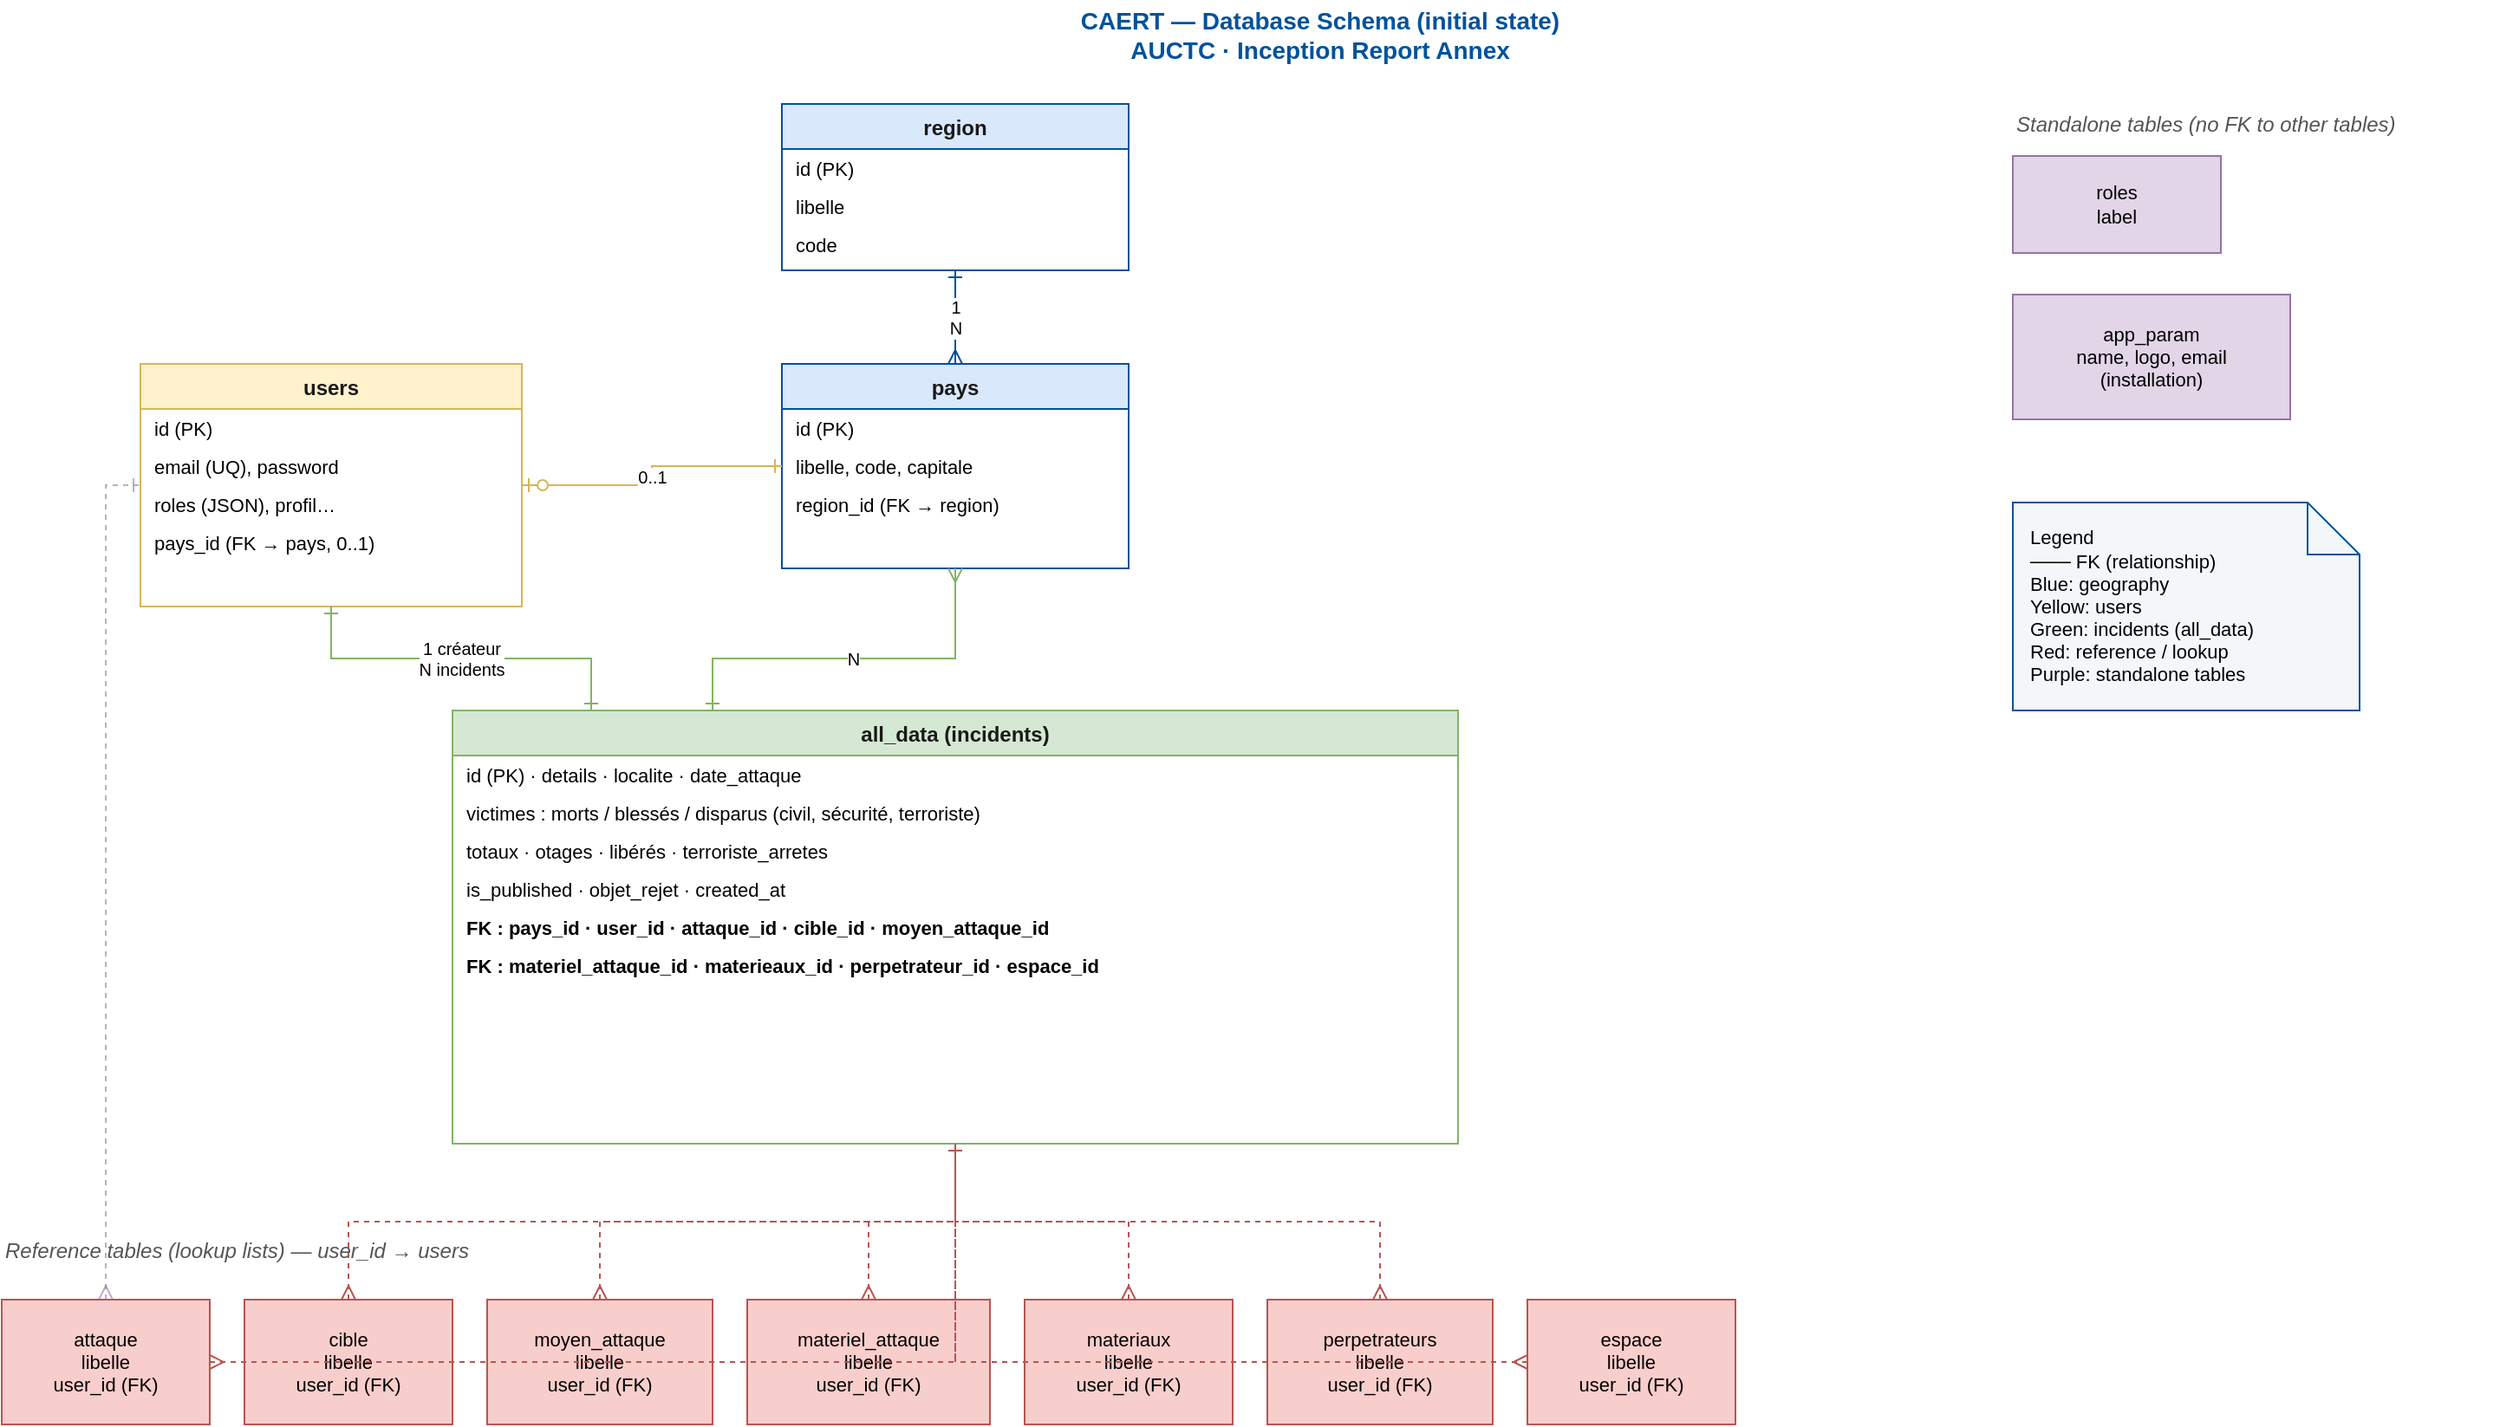
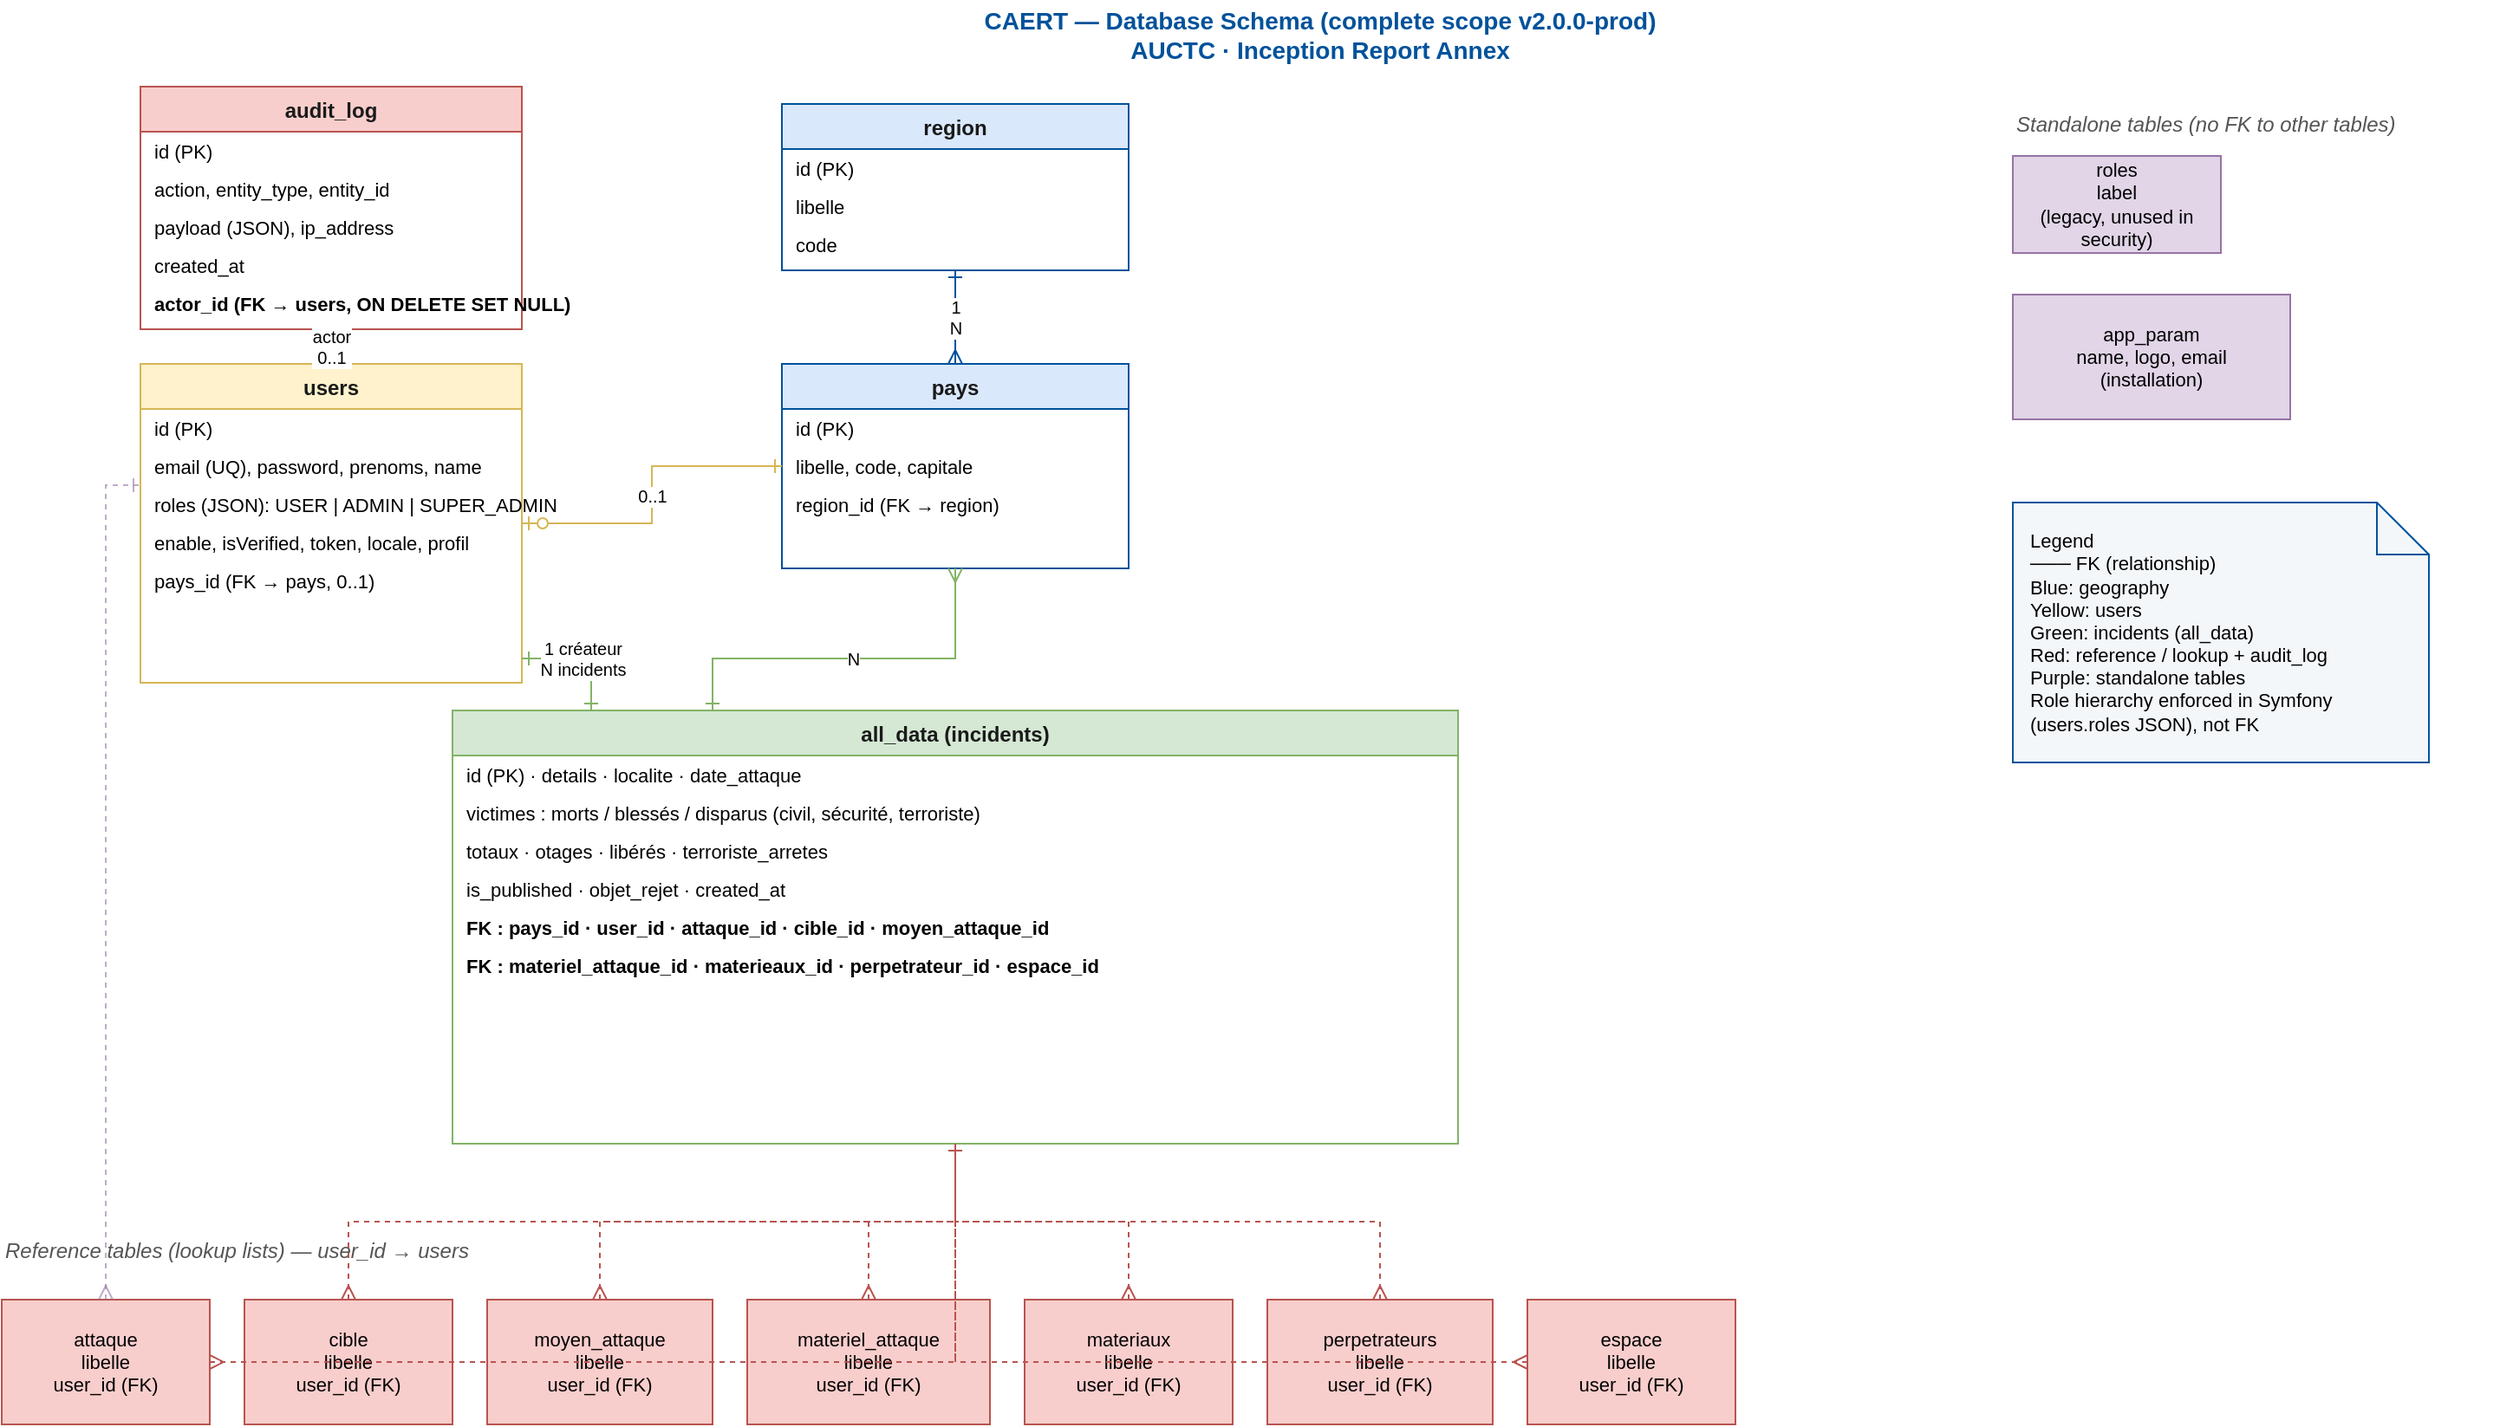
<mxfile host="app.diagrams.net" agent="CAERT">
-   <diagram id="caert-schema-annex-en" name="CAERT - Database Schema (current state)">
+   <diagram id="caert-schema-annex-en" name="CAERT - Database Schema (complete scope)">
    <mxGraphModel dx="1548" dy="870" grid="1" gridSize="10" guides="1" tooltips="1" connect="1" arrows="1" fold="1" page="1" pageScale="1" pageWidth="1600" pageHeight="1100" math="0" shadow="0">
      <root>
        <mxCell id="0" />
        <mxCell id="1" parent="0" />
-         <mxCell id="title" parent="1" style="text;html=1;strokeColor=none;fillColor=none;align=center;verticalAlign=middle;fontSize=14;fontStyle=1;fontColor=#00529B;" value="CAERT — Database Schema (initial state)&lt;br&gt;AUCTC · Inception Report Annex" vertex="1">
+         <mxCell id="title" parent="1" style="text;html=1;strokeColor=none;fillColor=none;align=center;verticalAlign=middle;fontSize=14;fontStyle=1;fontColor=#00529B;" value="CAERT — Database Schema (complete scope v2.0.0-prod)&lt;br&gt;AUCTC · Inception Report Annex" vertex="1">
          <mxGeometry height="40" width="800" x="400" y="10" as="geometry" />
        </mxCell>
        <mxCell id="region" parent="1" style="swimlane;fontStyle=1;align=center;verticalAlign=top;childLayout=stackLayout;horizontal=1;startSize=26;fillColor=#dae8fc;strokeColor=#00529B;fontColor=#1A1A1A;" value="region" vertex="1">
          <mxGeometry height="96" width="200" x="490" y="70" as="geometry" />
        </mxCell>
        <mxCell id="region-c1" parent="region" style="text;strokeColor=none;fillColor=none;align=left;verticalAlign=middle;spacingLeft=6;fontSize=11;" value="id (PK)" vertex="1">
          <mxGeometry height="22" width="200" y="26" as="geometry" />
        </mxCell>
        <mxCell id="region-c2" parent="region" style="text;strokeColor=none;fillColor=none;align=left;verticalAlign=middle;spacingLeft=6;fontSize=11;" value="libelle" vertex="1">
          <mxGeometry height="22" width="200" y="48" as="geometry" />
        </mxCell>
        <mxCell id="region-c3" parent="region" style="text;strokeColor=none;fillColor=none;align=left;verticalAlign=middle;spacingLeft=6;fontSize=11;" value="code" vertex="1">
          <mxGeometry height="22" width="200" y="70" as="geometry" />
        </mxCell>
        <mxCell id="pays" parent="1" style="swimlane;fontStyle=1;align=center;verticalAlign=top;childLayout=stackLayout;horizontal=1;startSize=26;fillColor=#dae8fc;strokeColor=#00529B;fontColor=#1A1A1A;" value="pays" vertex="1">
          <mxGeometry height="118" width="200" x="490" y="220" as="geometry" />
        </mxCell>
        <mxCell id="pays-c1" parent="pays" style="text;strokeColor=none;fillColor=none;align=left;verticalAlign=middle;spacingLeft=6;fontSize=11;" value="id (PK)" vertex="1">
          <mxGeometry height="22" width="200" y="26" as="geometry" />
        </mxCell>
        <mxCell id="pays-c2" parent="pays" style="text;strokeColor=none;fillColor=none;align=left;verticalAlign=middle;spacingLeft=6;fontSize=11;" value="libelle, code, capitale" vertex="1">
          <mxGeometry height="22" width="200" y="48" as="geometry" />
        </mxCell>
        <mxCell id="pays-c3" parent="pays" style="text;strokeColor=none;fillColor=none;align=left;verticalAlign=middle;spacingLeft=6;fontSize=11;" value="region_id (FK → region)" vertex="1">
          <mxGeometry height="22" width="200" y="70" as="geometry" />
        </mxCell>
        <mxCell id="users" parent="1" style="swimlane;fontStyle=1;align=center;verticalAlign=top;childLayout=stackLayout;horizontal=1;startSize=26;fillColor=#fff2cc;strokeColor=#d6b656;fontColor=#1A1A1A;" value="users" vertex="1">
-           <mxGeometry height="140" width="220" x="120" y="220" as="geometry" />
+           <mxGeometry height="184" width="220" x="120" y="220" as="geometry" />
        </mxCell>
        <mxCell id="users-c1" parent="users" style="text;strokeColor=none;fillColor=none;align=left;verticalAlign=middle;spacingLeft=6;fontSize=11;" value="id (PK)" vertex="1">
          <mxGeometry height="22" width="220" y="26" as="geometry" />
        </mxCell>
-         <mxCell id="users-c2" parent="users" style="text;strokeColor=none;fillColor=none;align=left;verticalAlign=middle;spacingLeft=6;fontSize=11;" value="email (UQ), password" vertex="1">
+         <mxCell id="users-c2" parent="users" style="text;strokeColor=none;fillColor=none;align=left;verticalAlign=middle;spacingLeft=6;fontSize=11;" value="email (UQ), password, prenoms, name" vertex="1">
          <mxGeometry height="22" width="220" y="48" as="geometry" />
        </mxCell>
-         <mxCell id="users-c3" parent="users" style="text;strokeColor=none;fillColor=none;align=left;verticalAlign=middle;spacingLeft=6;fontSize=11;" value="roles (JSON), profil…" vertex="1">
+         <mxCell id="users-c3" parent="users" style="text;strokeColor=none;fillColor=none;align=left;verticalAlign=middle;spacingLeft=6;fontSize=11;" value="roles (JSON): USER | ADMIN | SUPER_ADMIN" vertex="1">
          <mxGeometry height="22" width="220" y="70" as="geometry" />
        </mxCell>
-         <mxCell id="users-c4" parent="users" style="text;strokeColor=none;fillColor=none;align=left;verticalAlign=middle;spacingLeft=6;fontSize=11;" value="pays_id (FK → pays, 0..1)" vertex="1">
+         <mxCell id="users-c4" parent="users" style="text;strokeColor=none;fillColor=none;align=left;verticalAlign=middle;spacingLeft=6;fontSize=11;" value="enable, isVerified, token, locale, profil" vertex="1">
          <mxGeometry height="22" width="220" y="92" as="geometry" />
+         </mxCell>
+         <mxCell id="users-c5" parent="users" style="text;strokeColor=none;fillColor=none;align=left;verticalAlign=middle;spacingLeft=6;fontSize=11;" value="pays_id (FK → pays, 0..1)" vertex="1">
+           <mxGeometry height="22" width="220" y="114" as="geometry" />
+         </mxCell>
+         <mxCell id="audit_log" parent="1" style="swimlane;fontStyle=1;align=center;verticalAlign=top;childLayout=stackLayout;horizontal=1;startSize=26;fillColor=#f8cecc;strokeColor=#b85450;fontColor=#1A1A1A;" value="audit_log" vertex="1">
+           <mxGeometry height="140" width="220" x="120" y="60" as="geometry" />
+         </mxCell>
+         <mxCell id="audit-c1" parent="audit_log" style="text;strokeColor=none;fillColor=none;align=left;verticalAlign=middle;spacingLeft=6;fontSize=11;" value="id (PK)" vertex="1">
+           <mxGeometry height="22" width="220" y="26" as="geometry" />
+         </mxCell>
+         <mxCell id="audit-c2" parent="audit_log" style="text;strokeColor=none;fillColor=none;align=left;verticalAlign=middle;spacingLeft=6;fontSize=11;" value="action, entity_type, entity_id" vertex="1">
+           <mxGeometry height="22" width="220" y="48" as="geometry" />
+         </mxCell>
+         <mxCell id="audit-c3" parent="audit_log" style="text;strokeColor=none;fillColor=none;align=left;verticalAlign=middle;spacingLeft=6;fontSize=11;" value="payload (JSON), ip_address" vertex="1">
+           <mxGeometry height="22" width="220" y="70" as="geometry" />
+         </mxCell>
+         <mxCell id="audit-c4" parent="audit_log" style="text;strokeColor=none;fillColor=none;align=left;verticalAlign=middle;spacingLeft=6;fontSize=11;" value="created_at" vertex="1">
+           <mxGeometry height="22" width="220" y="92" as="geometry" />
+         </mxCell>
+         <mxCell id="audit-c5" parent="audit_log" style="text;strokeColor=none;fillColor=none;align=left;verticalAlign=middle;spacingLeft=6;fontSize=11;fontStyle=1;" value="actor_id (FK → users, ON DELETE SET NULL)" vertex="1">
+           <mxGeometry height="22" width="220" y="114" as="geometry" />
        </mxCell>
        <mxCell id="all_data" parent="1" style="swimlane;fontStyle=1;align=center;verticalAlign=top;childLayout=stackLayout;horizontal=1;startSize=26;fillColor=#d5e8d4;strokeColor=#82b366;fontColor=#1A1A1A;" value="all_data (incidents)" vertex="1">
          <mxGeometry height="250" width="580" x="300" y="420" as="geometry" />
        </mxCell>
        <mxCell id="ad-c1" parent="all_data" style="text;strokeColor=none;fillColor=none;align=left;verticalAlign=middle;spacingLeft=6;fontSize=11;" value="id (PK) · details · localite · date_attaque" vertex="1">
          <mxGeometry height="22" width="580" y="26" as="geometry" />
        </mxCell>
        <mxCell id="ad-c2" parent="all_data" style="text;strokeColor=none;fillColor=none;align=left;verticalAlign=middle;spacingLeft=6;fontSize=11;" value="victimes : morts / blessés / disparus (civil, sécurité, terroriste)" vertex="1">
          <mxGeometry height="22" width="580" y="48" as="geometry" />
        </mxCell>
        <mxCell id="ad-c3" parent="all_data" style="text;strokeColor=none;fillColor=none;align=left;verticalAlign=middle;spacingLeft=6;fontSize=11;" value="totaux · otages · libérés · terroriste_arretes" vertex="1">
          <mxGeometry height="22" width="580" y="70" as="geometry" />
        </mxCell>
        <mxCell id="ad-c4" parent="all_data" style="text;strokeColor=none;fillColor=none;align=left;verticalAlign=middle;spacingLeft=6;fontSize=11;" value="is_published · objet_rejet · created_at" vertex="1">
          <mxGeometry height="22" width="580" y="92" as="geometry" />
        </mxCell>
        <mxCell id="ad-c5" parent="all_data" style="text;strokeColor=none;fillColor=none;align=left;verticalAlign=middle;spacingLeft=6;fontSize=11;fontStyle=1;" value="FK : pays_id · user_id · attaque_id · cible_id · moyen_attaque_id" vertex="1">
          <mxGeometry height="22" width="580" y="114" as="geometry" />
        </mxCell>
        <mxCell id="ad-c6" parent="all_data" style="text;strokeColor=none;fillColor=none;align=left;verticalAlign=middle;spacingLeft=6;fontSize=11;fontStyle=1;" value="FK : materiel_attaque_id · materieaux_id · perpetrateur_id · espace_id" vertex="1">
          <mxGeometry height="22" width="580" y="136" as="geometry" />
        </mxCell>
        <mxCell id="ref-label" parent="1" style="text;html=1;strokeColor=none;fillColor=none;align=left;verticalAlign=middle;fontSize=12;fontStyle=2;fontColor=#555555;" value="Reference tables (lookup lists) — user_id → users" vertex="1">
          <mxGeometry height="24" width="420" x="40" y="720" as="geometry" />
        </mxCell>
        <mxCell id="attaque" parent="1" style="rounded=0;whiteSpace=wrap;html=1;fillColor=#f8cecc;strokeColor=#b85450;fontSize=11;align=center;" value="attaque&#xa;libelle&#xa;user_id (FK)" vertex="1">
          <mxGeometry height="72" width="120" x="40" y="760" as="geometry" />
        </mxCell>
        <mxCell id="cible" parent="1" style="rounded=0;whiteSpace=wrap;html=1;fillColor=#f8cecc;strokeColor=#b85450;fontSize=11;align=center;" value="cible&#xa;libelle&#xa;user_id (FK)" vertex="1">
          <mxGeometry height="72" width="120" x="180" y="760" as="geometry" />
        </mxCell>
        <mxCell id="moyen_attaque" parent="1" style="rounded=0;whiteSpace=wrap;html=1;fillColor=#f8cecc;strokeColor=#b85450;fontSize=11;align=center;" value="moyen_attaque&#xa;libelle&#xa;user_id (FK)" vertex="1">
          <mxGeometry height="72" width="130" x="320" y="760" as="geometry" />
        </mxCell>
        <mxCell id="materiel_attaque" parent="1" style="rounded=0;whiteSpace=wrap;html=1;fillColor=#f8cecc;strokeColor=#b85450;fontSize=11;align=center;" value="materiel_attaque&#xa;libelle&#xa;user_id (FK)" vertex="1">
          <mxGeometry height="72" width="140" x="470" y="760" as="geometry" />
        </mxCell>
        <mxCell id="materiaux" parent="1" style="rounded=0;whiteSpace=wrap;html=1;fillColor=#f8cecc;strokeColor=#b85450;fontSize=11;align=center;" value="materiaux&#xa;libelle&#xa;user_id (FK)" vertex="1">
          <mxGeometry height="72" width="120" x="630" y="760" as="geometry" />
        </mxCell>
        <mxCell id="perpetrateurs" parent="1" style="rounded=0;whiteSpace=wrap;html=1;fillColor=#f8cecc;strokeColor=#b85450;fontSize=11;align=center;" value="perpetrateurs&#xa;libelle&#xa;user_id (FK)" vertex="1">
          <mxGeometry height="72" width="130" x="770" y="760" as="geometry" />
        </mxCell>
        <mxCell id="espace" parent="1" style="rounded=0;whiteSpace=wrap;html=1;fillColor=#f8cecc;strokeColor=#b85450;fontSize=11;align=center;" value="espace&#xa;libelle&#xa;user_id (FK)" vertex="1">
          <mxGeometry height="72" width="120" x="920" y="760" as="geometry" />
        </mxCell>
        <mxCell id="iso-label" parent="1" style="text;html=1;strokeColor=none;fillColor=none;align=left;verticalAlign=middle;fontSize=12;fontStyle=2;fontColor=#555555;" value="Standalone tables (no FK to other tables)" vertex="1">
          <mxGeometry height="24" width="280" x="1200" y="70" as="geometry" />
        </mxCell>
-         <mxCell id="roles" parent="1" style="rounded=0;whiteSpace=wrap;html=1;fillColor=#e1d5e7;strokeColor=#9673a6;fontSize=11;align=center;" value="roles&#xa;label" vertex="1">
+         <mxCell id="roles" parent="1" style="rounded=0;whiteSpace=wrap;html=1;fillColor=#e1d5e7;strokeColor=#9673a6;fontSize=11;align=center;" value="roles&#xa;label&#xa;(legacy, unused in security)" vertex="1">
          <mxGeometry height="56" width="120" x="1200" y="100" as="geometry" />
        </mxCell>
        <mxCell id="app_param" parent="1" style="rounded=0;whiteSpace=wrap;html=1;fillColor=#e1d5e7;strokeColor=#9673a6;fontSize=11;align=center;" value="app_param&#xa;name, logo, email&#xa;(installation)" vertex="1">
          <mxGeometry height="72" width="160" x="1200" y="180" as="geometry" />
        </mxCell>
        <mxCell id="e-region-pays" edge="1" parent="1" source="region" style="edgeStyle=orthogonalEdgeStyle;rounded=0;orthogonalLoop=1;jettySize=auto;html=1;endArrow=ERmany;startArrow=ERone;strokeColor=#00529B;fontSize=10;" target="pays" value="1&#xa;N">
          <mxGeometry relative="1" as="geometry" />
        </mxCell>
        <mxCell id="e-pays-users" edge="1" parent="1" source="users" style="edgeStyle=orthogonalEdgeStyle;rounded=0;orthogonalLoop=1;jettySize=auto;html=1;endArrow=ERone;startArrow=ERzeroToOne;strokeColor=#d6b656;fontSize=10;" target="pays" value="0..1">
          <mxGeometry relative="1" as="geometry" />
        </mxCell>
        <mxCell id="e-pays-alldata" edge="1" parent="1" source="pays" style="edgeStyle=orthogonalEdgeStyle;rounded=0;orthogonalLoop=1;jettySize=auto;html=1;endArrow=ERone;startArrow=ERmany;strokeColor=#82b366;fontSize=10;" target="all_data" value="N">
          <mxGeometry relative="1" as="geometry">
            <Array as="points">
              <mxPoint x="590" y="390" />
              <mxPoint x="450" y="390" />
            </Array>
          </mxGeometry>
        </mxCell>
        <mxCell id="e-users-alldata" edge="1" parent="1" source="users" style="edgeStyle=orthogonalEdgeStyle;rounded=0;orthogonalLoop=1;jettySize=auto;html=1;endArrow=ERone;startArrow=ERone;strokeColor=#82b366;fontSize=10;" target="all_data" value="1 créateur&#xa;N incidents">
          <mxGeometry relative="1" as="geometry">
            <Array as="points">
              <mxPoint x="230" y="390" />
              <mxPoint x="380" y="390" />
            </Array>
          </mxGeometry>
        </mxCell>
        <mxCell id="e-attaque-ad" edge="1" parent="1" source="attaque" style="edgeStyle=orthogonalEdgeStyle;rounded=0;orthogonalLoop=1;jettySize=auto;html=1;endArrow=ERone;startArrow=ERmany;strokeColor=#b85450;dashed=1;" target="all_data">
          <mxGeometry relative="1" as="geometry" />
        </mxCell>
        <mxCell id="e-cible-ad" edge="1" parent="1" source="cible" style="edgeStyle=orthogonalEdgeStyle;rounded=0;orthogonalLoop=1;jettySize=auto;html=1;endArrow=ERone;startArrow=ERmany;strokeColor=#b85450;dashed=1;" target="all_data">
          <mxGeometry relative="1" as="geometry" />
        </mxCell>
        <mxCell id="e-moyen-ad" edge="1" parent="1" source="moyen_attaque" style="edgeStyle=orthogonalEdgeStyle;rounded=0;orthogonalLoop=1;jettySize=auto;html=1;endArrow=ERone;startArrow=ERmany;strokeColor=#b85450;dashed=1;" target="all_data">
          <mxGeometry relative="1" as="geometry" />
        </mxCell>
        <mxCell id="e-matatt-ad" edge="1" parent="1" source="materiel_attaque" style="edgeStyle=orthogonalEdgeStyle;rounded=0;orthogonalLoop=1;jettySize=auto;html=1;endArrow=ERone;startArrow=ERmany;strokeColor=#b85450;dashed=1;" target="all_data">
          <mxGeometry relative="1" as="geometry" />
        </mxCell>
        <mxCell id="e-matx-ad" edge="1" parent="1" source="materiaux" style="edgeStyle=orthogonalEdgeStyle;rounded=0;orthogonalLoop=1;jettySize=auto;html=1;endArrow=ERone;startArrow=ERmany;strokeColor=#b85450;dashed=1;" target="all_data">
          <mxGeometry relative="1" as="geometry" />
        </mxCell>
        <mxCell id="e-perp-ad" edge="1" parent="1" source="perpetrateurs" style="edgeStyle=orthogonalEdgeStyle;rounded=0;orthogonalLoop=1;jettySize=auto;html=1;endArrow=ERone;startArrow=ERmany;strokeColor=#b85450;dashed=1;" target="all_data">
          <mxGeometry relative="1" as="geometry" />
        </mxCell>
        <mxCell id="e-espace-ad" edge="1" parent="1" source="espace" style="edgeStyle=orthogonalEdgeStyle;rounded=0;orthogonalLoop=1;jettySize=auto;html=1;endArrow=ERone;startArrow=ERmany;strokeColor=#b85450;dashed=1;" target="all_data">
          <mxGeometry relative="1" as="geometry" />
        </mxCell>
        <mxCell id="e-attaque-users" edge="1" parent="1" source="attaque" style="edgeStyle=orthogonalEdgeStyle;rounded=0;orthogonalLoop=1;jettySize=auto;html=1;endArrow=ERone;startArrow=ERmany;strokeColor=#9673a6;dashed=1;opacity=60;" target="users">
          <mxGeometry relative="1" as="geometry">
            <Array as="points">
              <mxPoint x="100" y="796" />
              <mxPoint x="100" y="290" />
            </Array>
          </mxGeometry>
        </mxCell>
-         <mxCell id="legend" parent="1" style="shape=note;whiteSpace=wrap;html=1;backgroundOutline=1;fillColor=#F4F7FA;strokeColor=#00529B;fontSize=11;align=left;spacingLeft=8;" value="Legend&#xa;─── FK (relationship)&#xa;Blue: geography&#xa;Yellow: users&#xa;Green: incidents (all_data)&#xa;Red: reference / lookup&#xa;Purple: standalone tables" vertex="1">
-           <mxGeometry height="120" width="200" x="1200" y="300" as="geometry" />
+         <mxCell id="e-audit-users" edge="1" parent="1" source="audit_log" style="edgeStyle=orthogonalEdgeStyle;rounded=0;orthogonalLoop=1;jettySize=auto;html=1;endArrow=ERone;startArrow=ERzeroToOne;strokeColor=#b85450;fontSize=10;" target="users" value="actor&#xa;0..1">
+           <mxGeometry relative="1" as="geometry" />
+         </mxCell>
+         <mxCell id="legend" parent="1" style="shape=note;whiteSpace=wrap;html=1;backgroundOutline=1;fillColor=#F4F7FA;strokeColor=#00529B;fontSize=11;align=left;spacingLeft=8;" value="Legend&#xa;─── FK (relationship)&#xa;Blue: geography&#xa;Yellow: users&#xa;Green: incidents (all_data)&#xa;Red: reference / lookup + audit_log&#xa;Purple: standalone tables&#xa;Role hierarchy enforced in Symfony (users.roles JSON), not FK" vertex="1">
+           <mxGeometry height="150" width="240" x="1200" y="300" as="geometry" />
        </mxCell>
      </root>
    </mxGraphModel>
  </diagram>
</mxfile>
